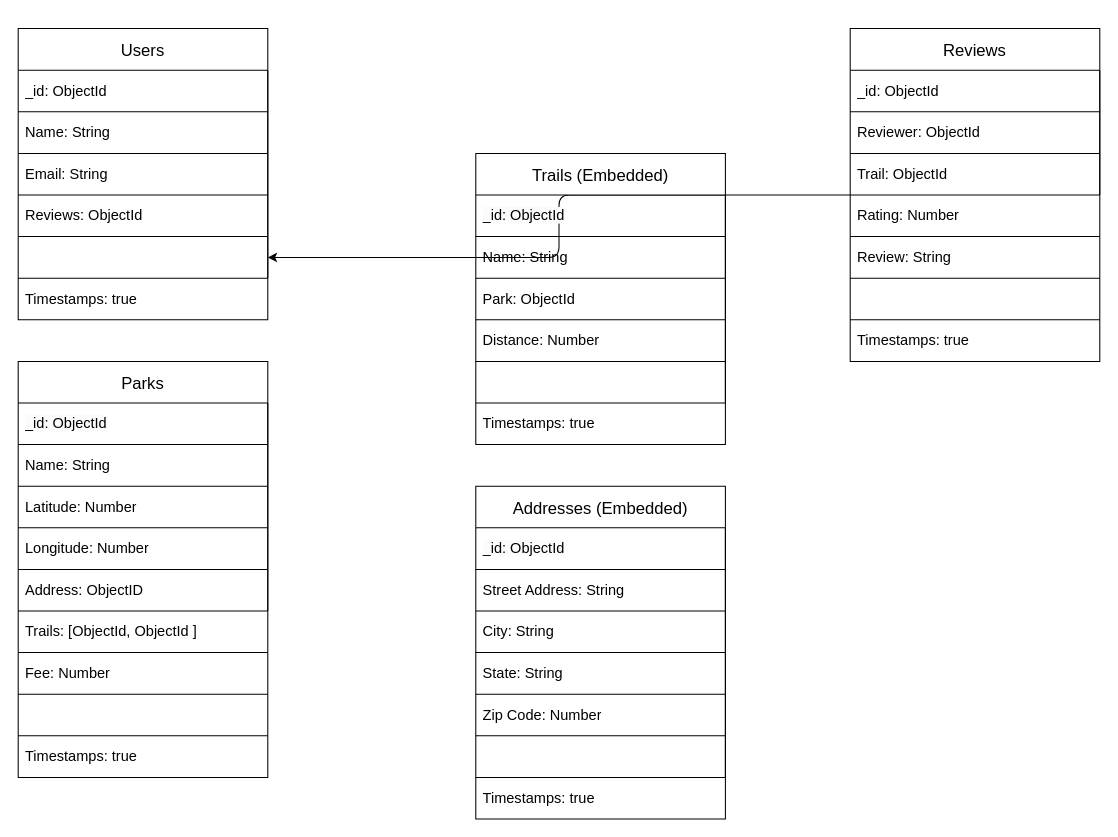
Above: wireframes/ERD.drawio in caitlinfcorrigan/MyTrails (draw.io), before the change. Source tidied: cells renumbered, new cells numbered last; positions are measured from the earlier drawing's top-left corner, leaving out a move shared by most shapes. Both pictures are drawn from the tidied source at 104%, with x=0, y=0 at pixel (18, 28).
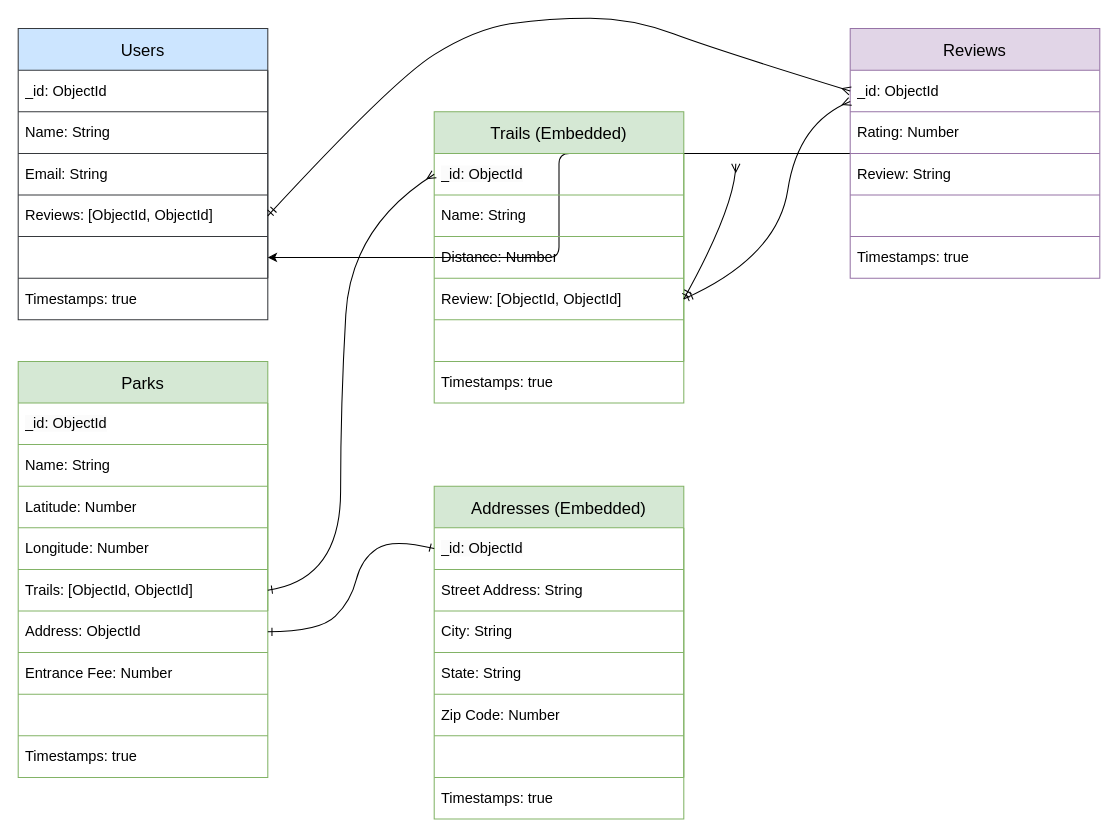
The same page after the edit.

Commit message (it also covers changes not shown here):
updates users stories, MVP, and reach goals

The change refers to these unchanged cells:
```xml
<mxCell id="9" style="shape=tableRow;horizontal=0;startSize=0;swimlaneHead=0;swimlaneBody=0;top=0;left=0;bottom=0;right=0;fillColor=none;points=[[0,0.5],[1,0.5]];portConstraint=eastwest;" parent="2" vertex="1">
  <mxGeometry y="160" width="240" height="40" as="geometry" />
</mxCell>
<mxCell id="18" style="shape=tableRow;horizontal=0;startSize=0;swimlaneHead=0;swimlaneBody=0;top=0;left=0;bottom=0;right=0;fillColor=none;points=[[0,0.5],[1,0.5]];portConstraint=eastwest;" parent="17" vertex="1">
  <mxGeometry y="40" width="240" height="40" as="geometry" />
</mxCell>
<mxCell id="42" style="shape=tableRow;horizontal=0;startSize=0;swimlaneHead=0;swimlaneBody=0;top=0;left=0;bottom=0;right=0;fillColor=none;points=[[0,0.5],[1,0.5]];portConstraint=eastwest;" parent="33" vertex="1">
  <mxGeometry y="200" width="240" height="40" as="geometry" />
</mxCell>
<mxCell id="45" style="shape=tableRow;horizontal=0;startSize=0;swimlaneHead=0;swimlaneBody=0;top=0;left=0;bottom=0;right=0;fillColor=none;" parent="33" vertex="1">
  <mxGeometry y="240" width="240" height="40" as="geometry" />
</mxCell>
<mxCell id="47" style="shape=tableRow;horizontal=0;startSize=0;swimlaneHead=0;swimlaneBody=0;top=0;left=0;bottom=0;right=0;fillColor=none;" parent="33" vertex="1">
  <mxGeometry y="280" width="240" height="40" as="geometry" />
</mxCell>
<mxCell id="54" style="shape=tableRow;horizontal=0;startSize=0;swimlaneHead=0;swimlaneBody=0;top=0;left=0;bottom=0;right=0;fillColor=none;points=[[0,0.5],[1,0.5]];portConstraint=eastwest;" parent="53" vertex="1">
  <mxGeometry y="40" width="240" height="40" as="geometry" />
</mxCell>
<mxCell id="68" style="shape=tableRow;horizontal=0;startSize=0;swimlaneHead=0;swimlaneBody=0;top=0;left=0;bottom=0;right=0;fillColor=none;points=[[0,0.5],[1,0.5]];portConstraint=eastwest;" parent="67" vertex="1">
  <mxGeometry y="40" width="240" height="40" as="geometry" />
</mxCell>
```

Change to the diagram source:
```diff
@@
-    <mxCell id="2" value="Users" style="shape=table;startSize=40;childLayout=tableLayout;fontSize=16;" parent="1" vertex="1">
+    <mxCell id="2" value="Users" style="shape=table;startSize=40;childLayout=tableLayout;fontSize=16;fillColor=#cce5ff;strokeColor=#36393d;" parent="1" vertex="1">
       <mxGeometry width="240" height="280" as="geometry" />
     </mxCell>
@@
-    <mxCell id="10" value="Reviews: ObjectId" style="shape=partialRectangle;html=1;whiteSpace=wrap;overflow=hidden;fillColor=none;top=0;left=0;bottom=0;right=0;align=left;fontSize=14;spacingLeft=5;" parent="9" vertex="1">
+    <mxCell id="10" value="Reviews: [ObjectId, ObjectId]" style="shape=partialRectangle;html=1;whiteSpace=wrap;overflow=hidden;fillColor=none;top=0;left=0;bottom=0;right=0;align=left;fontSize=14;spacingLeft=5;" parent="9" vertex="1">
       <mxGeometry width="240" height="40" as="geometry" />
     </mxCell>
@@
-    <mxCell id="17" value="Reviews" style="shape=table;startSize=40;childLayout=tableLayout;fontSize=16;" parent="1" vertex="1">
-      <mxGeometry x="800" width="240" height="320" as="geometry" />
+    <mxCell id="17" value="Reviews" style="shape=table;startSize=40;childLayout=tableLayout;fontSize=16;fillColor=#e1d5e7;strokeColor=#9673a6;" parent="1" vertex="1">
+      <mxGeometry x="800" width="240" height="240" as="geometry" />
     </mxCell>
@@
-    <mxCell id="20" style="shape=tableRow;horizontal=0;startSize=0;swimlaneHead=0;swimlaneBody=0;top=0;left=0;bottom=0;right=0;fillColor=none;" parent="17" vertex="1">
-      <mxGeometry y="80" width="240" height="40" as="geometry" />
-    </mxCell>
-    <mxCell id="21" value="Reviewer: ObjectId" style="shape=partialRectangle;html=1;whiteSpace=wrap;overflow=hidden;fillColor=none;top=0;left=0;bottom=0;right=0;align=left;fontSize=14;spacingLeft=5;" parent="20" vertex="1">
-      <mxGeometry width="240" height="40" as="geometry" />
-    </mxCell>
-    <mxCell id="22" style="shape=tableRow;horizontal=0;startSize=0;swimlaneHead=0;swimlaneBody=0;top=0;left=0;bottom=0;right=0;fillColor=none;" parent="17" vertex="1">
-      <mxGeometry y="120" width="240" height="40" as="geometry" />
-    </mxCell>
-    <mxCell id="23" value="Trail: ObjectId" style="shape=partialRectangle;html=1;whiteSpace=wrap;overflow=hidden;fillColor=none;top=0;left=0;bottom=0;right=0;align=left;fontSize=14;spacingLeft=5;" parent="22" vertex="1">
-      <mxGeometry width="240" height="40" as="geometry" />
-    </mxCell>
-    <mxCell id="24" style="shape=singleArrow;whiteSpace=wrap;html=1;arrowWidth=0.4;arrowSize=0.4;fontSize=16;startSize=40;" parent="22" vertex="1">
-      <mxGeometry x="240" height="40" as="geometry" />
-    </mxCell>
     <mxCell id="25" style="shape=tableRow;horizontal=0;startSize=0;swimlaneHead=0;swimlaneBody=0;top=0;left=0;bottom=0;right=0;fillColor=none;" parent="17" vertex="1">
-      <mxGeometry y="160" width="240" height="40" as="geometry" />
+      <mxGeometry y="80" width="240" height="40" as="geometry" />
     </mxCell>
@@
     <mxCell id="27" style="shape=tableRow;horizontal=0;startSize=0;swimlaneHead=0;swimlaneBody=0;top=0;left=0;bottom=0;right=0;fillColor=none;" parent="17" vertex="1">
-      <mxGeometry y="200" width="240" height="40" as="geometry" />
+      <mxGeometry y="120" width="240" height="40" as="geometry" />
     </mxCell>
@@
     <mxCell id="29" style="shape=tableRow;horizontal=0;startSize=0;swimlaneHead=0;swimlaneBody=0;top=0;left=0;bottom=0;right=0;fillColor=none;" parent="17" vertex="1">
-      <mxGeometry y="240" width="240" height="40" as="geometry" />
+      <mxGeometry y="160" width="240" height="40" as="geometry" />
     </mxCell>
@@
     <mxCell id="31" style="shape=tableRow;horizontal=0;startSize=0;swimlaneHead=0;swimlaneBody=0;top=0;left=0;bottom=0;right=0;fillColor=none;" parent="17" vertex="1">
-      <mxGeometry y="280" width="240" height="40" as="geometry" />
+      <mxGeometry y="200" width="240" height="40" as="geometry" />
     </mxCell>
@@
-    <mxCell id="33" value="Parks" style="shape=table;startSize=40;childLayout=tableLayout;fontSize=16;" parent="1" vertex="1">
+    <mxCell id="33" value="Parks" style="shape=table;startSize=40;childLayout=tableLayout;fontSize=16;fillColor=#d5e8d4;strokeColor=#82b366;" parent="1" vertex="1">
       <mxGeometry y="320" width="240" height="400" as="geometry" />
     </mxCell>
@@
-    <mxCell id="43" value="Address: ObjectID" style="shape=partialRectangle;html=1;whiteSpace=wrap;overflow=hidden;fillColor=none;top=0;left=0;bottom=0;right=0;align=left;fontSize=14;spacingLeft=5;" parent="42" vertex="1">
+    <mxCell id="43" value="Trails: [ObjectId, ObjectId]" style="shape=partialRectangle;html=1;whiteSpace=wrap;overflow=hidden;fillColor=none;top=0;left=0;bottom=0;right=0;align=left;fontSize=14;spacingLeft=5;" parent="42" vertex="1">
       <mxGeometry width="240" height="40" as="geometry" />
     </mxCell>
@@
-    <mxCell id="46" value="Trails: [ObjectId, ObjectId ]" style="shape=partialRectangle;html=1;whiteSpace=wrap;overflow=hidden;fillColor=none;top=0;left=0;bottom=0;right=0;align=left;fontSize=14;spacingLeft=5;" parent="45" vertex="1">
+    <mxCell id="46" value="Address: ObjectId" style="shape=partialRectangle;html=1;whiteSpace=wrap;overflow=hidden;fillColor=none;top=0;left=0;bottom=0;right=0;align=left;fontSize=14;spacingLeft=5;" parent="45" vertex="1">
       <mxGeometry width="240" height="40" as="geometry" />
     </mxCell>
@@
-    <mxCell id="48" value="Fee: Number" style="shape=partialRectangle;html=1;whiteSpace=wrap;overflow=hidden;fillColor=none;top=0;left=0;bottom=0;right=0;align=left;fontSize=14;spacingLeft=5;" parent="47" vertex="1">
+    <mxCell id="48" value="Entrance Fee: Number" style="shape=partialRectangle;html=1;whiteSpace=wrap;overflow=hidden;fillColor=none;top=0;left=0;bottom=0;right=0;align=left;fontSize=14;spacingLeft=5;" parent="47" vertex="1">
       <mxGeometry width="240" height="40" as="geometry" />
     </mxCell>
@@
-    <mxCell id="53" value="Trails (Embedded)" style="shape=table;startSize=40;childLayout=tableLayout;fontSize=16;" parent="1" vertex="1">
-      <mxGeometry x="440" y="120" width="240" height="280" as="geometry" />
+    <mxCell id="53" value="Trails (Embedded)" style="shape=table;startSize=40;childLayout=tableLayout;fontSize=16;labelBackgroundColor=none;fillColor=#d5e8d4;gradientColor=none;strokeColor=#82b366;" parent="1" vertex="1">
+      <mxGeometry x="400" y="80" width="240" height="280" as="geometry" />
     </mxCell>
@@
-    <mxCell id="58" style="shape=tableRow;horizontal=0;startSize=0;swimlaneHead=0;swimlaneBody=0;top=0;left=0;bottom=0;right=0;fillColor=none;" parent="53" vertex="1">
-      <mxGeometry y="120" width="240" height="40" as="geometry" />
-    </mxCell>
-    <mxCell id="59" value="Park: ObjectId" style="shape=partialRectangle;html=1;whiteSpace=wrap;overflow=hidden;fillColor=none;top=0;left=0;bottom=0;right=0;align=left;fontSize=14;spacingLeft=5;" parent="58" vertex="1">
-      <mxGeometry width="240" height="40" as="geometry" />
-    </mxCell>
     <mxCell id="60" style="shape=tableRow;horizontal=0;startSize=0;swimlaneHead=0;swimlaneBody=0;top=0;left=0;bottom=0;right=0;fillColor=none;" parent="53" vertex="1">
-      <mxGeometry y="160" width="240" height="40" as="geometry" />
+      <mxGeometry y="120" width="240" height="40" as="geometry" />
     </mxCell>
@@
+    <mxCell id="83" style="shape=tableRow;horizontal=0;startSize=0;swimlaneHead=0;swimlaneBody=0;top=0;left=0;bottom=0;right=0;fillColor=none;points=[[0,0.5],[1,0.5]];portConstraint=eastwest;" parent="53" vertex="1">
+      <mxGeometry y="160" width="240" height="40" as="geometry" />
+    </mxCell>
+    <mxCell id="84" value="Review: [ObjectId, ObjectId]" style="shape=partialRectangle;html=1;whiteSpace=wrap;overflow=hidden;fillColor=none;top=0;left=0;bottom=0;right=0;align=left;fontSize=14;spacingLeft=5;" parent="83" vertex="1">
+      <mxGeometry width="240" height="40" as="geometry" />
+    </mxCell>
@@
-    <mxCell id="67" value="Addresses (Embedded)" style="shape=table;startSize=40;childLayout=tableLayout;fontSize=16;" parent="1" vertex="1">
-      <mxGeometry x="440" y="440" width="240" height="320" as="geometry" />
+    <mxCell id="67" value="Addresses (Embedded)" style="shape=table;startSize=40;childLayout=tableLayout;fontSize=16;fillColor=#d5e8d4;gradientColor=none;strokeColor=#82b366;" parent="1" vertex="1">
+      <mxGeometry x="400" y="440" width="240" height="320" as="geometry" />
     </mxCell>
@@
+    <mxCell id="85" style="curved=1;endArrow=ERmany;html=1;fontSize=14;entryX=0;entryY=0.5;entryDx=0;entryDy=0;endFill=0;startArrow=ERone;startFill=0;exitX=1;exitY=0.5;exitDx=0;exitDy=0;" parent="1" edge="1" source="42" target="54">
+      <mxGeometry relative="1" as="geometry">
+        <Array as="points">
+          <mxPoint x="310" y="530" />
+          <mxPoint x="310" y="360" />
+          <mxPoint x="320" y="190" />
+        </Array>
+      </mxGeometry>
+    </mxCell>
+    <mxCell id="86" style="curved=1;endArrow=ERmany;html=1;fontSize=14;entryX=-0.012;entryY=-0.225;entryDx=0;entryDy=0;endFill=0;startArrow=ERmandOne;startFill=0;exitX=1;exitY=0.5;exitDx=0;exitDy=0;entryPerimeter=0;" parent="1" edge="1" source="83">
+      <mxGeometry relative="1" as="geometry">
+        <mxPoint x="690" y="130" as="targetPoint" />
+        <Array as="points">
+          <mxPoint x="690" y="170" />
+        </Array>
+      </mxGeometry>
+    </mxCell>
+    <mxCell id="87" style="curved=1;endArrow=ERmany;html=1;fontSize=14;exitX=1;exitY=0.5;exitDx=0;exitDy=0;entryX=0;entryY=0.5;entryDx=0;entryDy=0;endFill=0;startArrow=ERmandOne;startFill=0;" parent="1" edge="1" source="9" target="18">
+      <mxGeometry relative="1" as="geometry">
+        <Array as="points">
+          <mxPoint x="360" y="50" />
+          <mxPoint x="440" />
+          <mxPoint x="510" y="-10" />
+          <mxPoint x="590" y="-10" />
+          <mxPoint x="670" y="20" />
+        </Array>
+      </mxGeometry>
+    </mxCell>
+    <mxCell id="88" style="curved=1;endArrow=ERone;html=1;fontSize=14;entryX=0;entryY=0.5;entryDx=0;entryDy=0;endFill=0;startArrow=ERone;startFill=0;" parent="1" edge="1" target="68">
+      <mxGeometry relative="1" as="geometry">
+        <mxPoint x="240" y="580" as="sourcePoint" />
+        <Array as="points">
+          <mxPoint x="290" y="580" />
+          <mxPoint x="320" y="550" />
+          <mxPoint x="330" y="510" />
+          <mxPoint x="360" y="490" />
+        </Array>
+      </mxGeometry>
+    </mxCell>
+    <mxCell id="89" style="curved=1;endArrow=ERmany;html=1;fontSize=14;exitX=1;exitY=0.5;exitDx=0;exitDy=0;endFill=0;startArrow=ERmandOne;startFill=0;" parent="1" edge="1" source="83">
+      <mxGeometry relative="1" as="geometry">
+        <mxPoint x="800" y="70" as="targetPoint" />
+        <Array as="points">
+          <mxPoint x="730" y="220" />
+          <mxPoint x="750" y="90" />
+        </Array>
+      </mxGeometry>
+    </mxCell>
```
